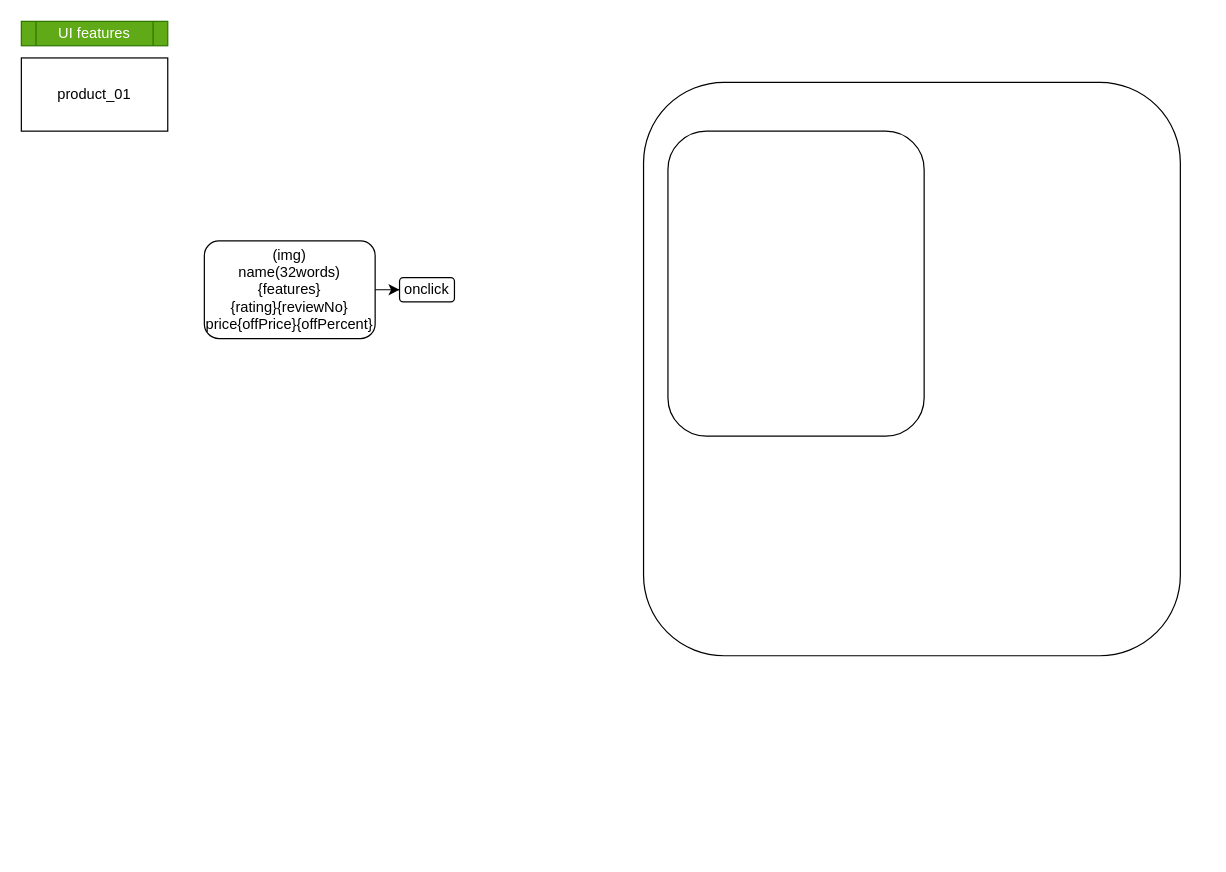
The draw.io diagram Untitled Diagram.drawio in nilankar19/ecommerce-rough-diagram, before the edit. Source tidied: cells renumbered, new cells numbered last; positions are measured from the earlier drawing's top-left corner, leaving out a move shared by most shapes. Both pictures are drawn from the tidied source at 122%, with x=0, y=0 at pixel (21, 21).
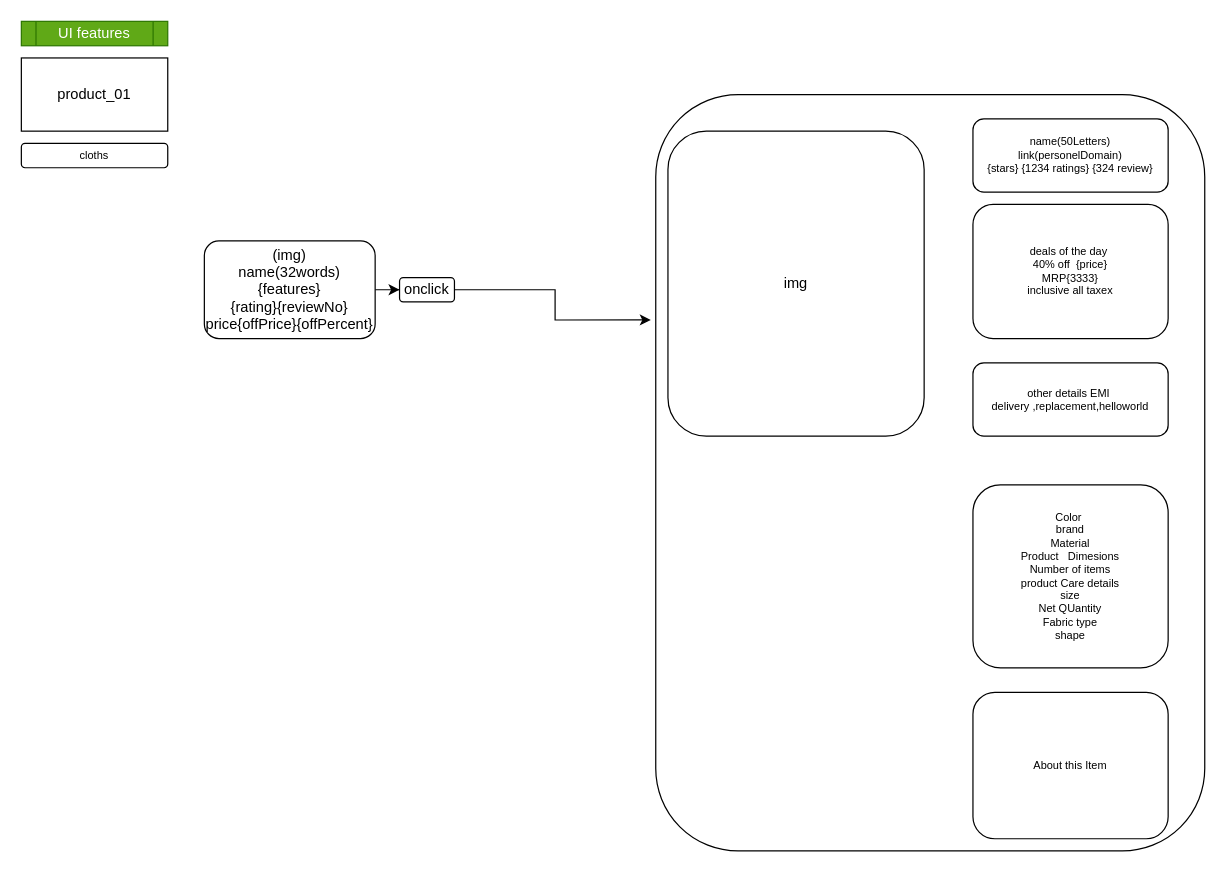
After the change.

Change to the diagram source:
```diff
@@
 <mxGraphModel>
   <root>
     <mxCell id="0" />
     <mxCell id="1" parent="0" />
     <mxCell id="2" value="product_01" style="rounded=0;whiteSpace=wrap;html=1;" parent="1" vertex="1">
       <mxGeometry y="30" width="120" height="60" as="geometry" />
     </mxCell>
     <mxCell id="3" style="edgeStyle=orthogonalEdgeStyle;rounded=0;jettySize=auto;html=1;entryX=0;entryY=0.5;entryDx=0;entryDy=0;" parent="1" edge="1" source="4" target="6">
       <mxGeometry relative="1" as="geometry" />
     </mxCell>
     <mxCell id="4" value="(img)&lt;br&gt;name(32words)&lt;br&gt;{features}&lt;br&gt;{rating}{reviewNo}&lt;br&gt;price{offPrice}{offPercent}&lt;br&gt;" style="rounded=1;whiteSpace=wrap;html=1;" parent="1" vertex="1">
       <mxGeometry x="150" y="180" width="140" height="80" as="geometry" />
     </mxCell>
     <mxCell id="5" value="UI features" style="shape=process;whiteSpace=wrap;html=1;backgroundOutline=1;fillColor=#60a917;fontColor=#ffffff;strokeColor=#2D7600;" parent="1" vertex="1">
       <mxGeometry width="120" height="20" as="geometry" />
     </mxCell>
+    <mxCell id="9" style="edgeStyle=orthogonalEdgeStyle;rounded=0;jettySize=auto;html=1;exitX=1;exitY=0.5;exitDx=0;exitDy=0;entryX=-0.009;entryY=0.298;entryDx=0;entryDy=0;entryPerimeter=0;fontSize=9;" parent="1" edge="1" source="6" target="7">
+      <mxGeometry relative="1" as="geometry" />
+    </mxCell>
     <mxCell id="6" value="onclick" style="rounded=1;whiteSpace=wrap;html=1;" parent="1" vertex="1">
       <mxGeometry x="310" y="210" width="45" height="20" as="geometry" />
     </mxCell>
     <mxCell id="7" style="rounded=1;whiteSpace=wrap;html=1;" parent="1" vertex="1">
-      <mxGeometry x="510" y="50" width="440" height="470" as="geometry" />
+      <mxGeometry x="520" y="60" width="450" height="620" as="geometry" />
     </mxCell>
-    <mxCell id="8" style="rounded=1;whiteSpace=wrap;html=1;" parent="1" vertex="1">
+    <mxCell id="8" value="img" style="rounded=1;whiteSpace=wrap;html=1;" parent="1" vertex="1">
       <mxGeometry x="530" y="90" width="210" height="250" as="geometry" />
     </mxCell>
+    <mxCell id="10" value="name(50Letters)&lt;br&gt;link(personelDomain)&lt;br&gt;{stars} {1234 ratings} {324 review}" style="rounded=1;whiteSpace=wrap;html=1;fontSize=9;" parent="1" vertex="1">
+      <mxGeometry x="780" y="80" width="160" height="60" as="geometry" />
+    </mxCell>
+    <mxCell id="11" value="deals of the day&amp;nbsp;&lt;br&gt;40% off&amp;nbsp; {price}&lt;br&gt;MRP{3333}&lt;br&gt;inclusive all taxex&lt;br&gt;" style="rounded=1;whiteSpace=wrap;html=1;fontSize=9;" parent="1" vertex="1">
+      <mxGeometry x="780" y="150" width="160" height="110" as="geometry" />
+    </mxCell>
+    <mxCell id="12" value="other details EMI&amp;nbsp;&lt;br&gt;delivery ,replacement,helloworld" style="rounded=1;whiteSpace=wrap;html=1;fontSize=9;" parent="1" vertex="1">
+      <mxGeometry x="780" y="280" width="160" height="60" as="geometry" />
+    </mxCell>
+    <mxCell id="13" value="cloths" style="rounded=1;whiteSpace=wrap;html=1;fontSize=9;" parent="1" vertex="1">
+      <mxGeometry y="100" width="120" height="20" as="geometry" />
+    </mxCell>
+    <mxCell id="14" value="Color&amp;nbsp;&lt;br&gt;brand&lt;br&gt;Material&lt;br&gt;Product&amp;nbsp; &amp;nbsp;Dimesions&lt;br&gt;Number of items&lt;br&gt;product Care details&lt;br&gt;size&lt;br&gt;Net QUantity&lt;br&gt;Fabric type&lt;br&gt;&amp;nbsp;shape&amp;nbsp;" style="rounded=1;whiteSpace=wrap;html=1;fontSize=9;" parent="1" vertex="1">
+      <mxGeometry x="780" y="380" width="160" height="150" as="geometry" />
+    </mxCell>
+    <mxCell id="15" value="About this Item" style="rounded=1;whiteSpace=wrap;html=1;fontSize=9;" parent="1" vertex="1">
+      <mxGeometry x="780" y="550" width="160" height="120" as="geometry" />
+    </mxCell>
   </root>
 </mxGraphModel>
```
